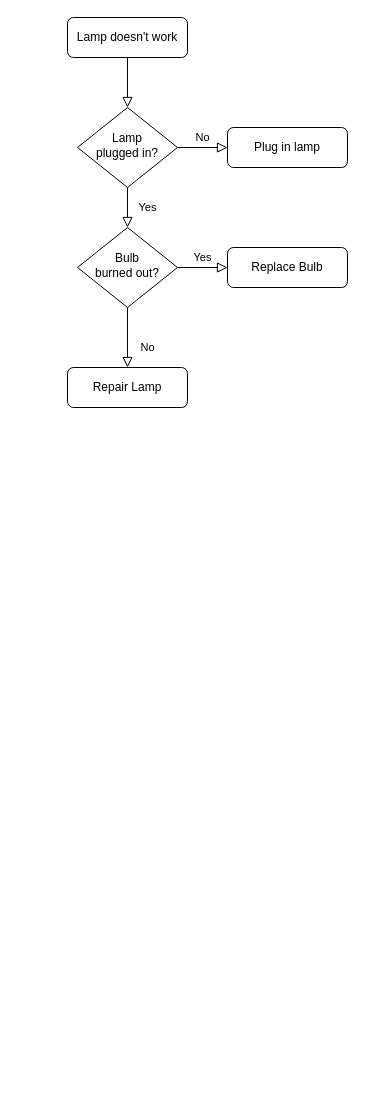
Before: 新短信发送流程图.drawio in akun87/activity, a draw.io diagram. Source tidied: cells renumbered, new cells numbered last; positions are measured from the earlier drawing's top-left corner, leaving out a move shared by most shapes. Both pictures are drawn from the tidied source at 100%, with x=0, y=0 at pixel (67, 17).
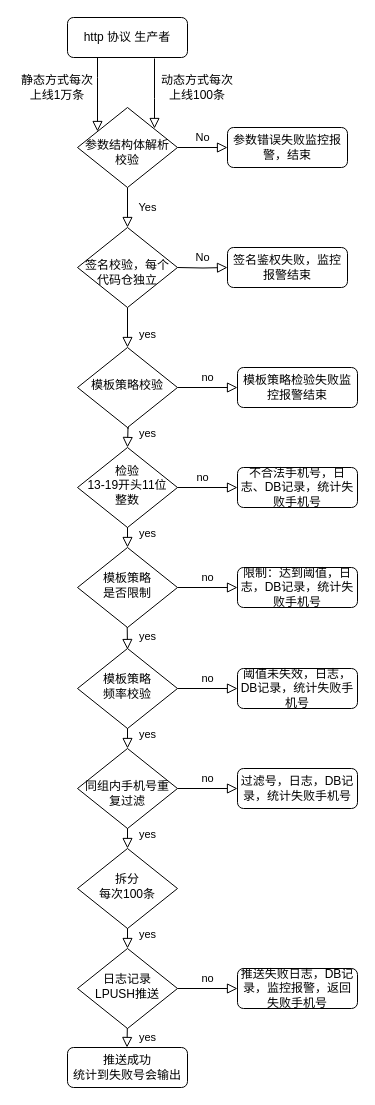
The same page after the edit.

Commit message:
更新新短信发送流程图.drawio

Diff of the diagram source:
```diff
@@
     <mxCell id="2" style="rounded=0;html=1;jettySize=auto;fontSize=11;endArrow=block;endFill=0;endSize=8;strokeWidth=1;shadow=0;labelBackgroundColor=none;edgeStyle=orthogonalEdgeStyle;" parent="1" edge="1" source="3" target="6">
-      <mxGeometry relative="1" as="geometry" />
+      <mxGeometry relative="1" as="geometry">
+        <Array as="points">
+          <mxPoint x="30" y="60" />
+          <mxPoint x="30" y="60" />
+        </Array>
+      </mxGeometry>
     </mxCell>
-    <mxCell id="3" value="Lamp doesn't work" style="rounded=1;whiteSpace=wrap;html=1;fontSize=12;glass=0;strokeWidth=1;shadow=0;" parent="1" vertex="1">
+    <mxCell id="3" value="http 协议 生产者" style="rounded=1;whiteSpace=wrap;html=1;fontSize=12;glass=0;strokeWidth=1;shadow=0;" parent="1" vertex="1">
       <mxGeometry width="120" height="40" as="geometry" />
     </mxCell>
@@
-    <mxCell id="6" value="Lamp&lt;br&gt;plugged in?" style="rhombus;whiteSpace=wrap;html=1;shadow=0;fontFamily=Helvetica;fontSize=12;align=center;strokeWidth=1;spacing=6;spacingTop=-4;" parent="1" vertex="1">
+    <mxCell id="6" value="&lt;div&gt;&lt;br&gt;&lt;/div&gt;&lt;div&gt;参数结构体解析校验&lt;/div&gt;" style="rhombus;whiteSpace=wrap;html=1;shadow=0;fontFamily=Helvetica;fontSize=12;align=center;strokeWidth=1;spacing=6;spacingTop=-4;" parent="1" vertex="1">
       <mxGeometry x="10" y="90" width="100" height="80" as="geometry" />
     </mxCell>
-    <mxCell id="7" value="Plug in lamp" style="rounded=1;whiteSpace=wrap;html=1;fontSize=12;glass=0;strokeWidth=1;shadow=0;" parent="1" vertex="1">
+    <mxCell id="7" value="参数错误失败监控报警，结束" style="rounded=1;whiteSpace=wrap;html=1;fontSize=12;glass=0;strokeWidth=1;shadow=0;" parent="1" vertex="1">
       <mxGeometry x="160" y="110" width="120" height="40" as="geometry" />
     </mxCell>
-    <mxCell id="8" value="No" style="rounded=0;html=1;jettySize=auto;fontSize=11;endArrow=block;endFill=0;endSize=8;strokeWidth=1;shadow=0;labelBackgroundColor=none;edgeStyle=orthogonalEdgeStyle;" parent="1" edge="1" source="10" target="11">
+    <mxCell id="8" value="yes" style="rounded=0;html=1;jettySize=auto;fontSize=11;endArrow=block;endFill=0;endSize=8;strokeWidth=1;shadow=0;labelBackgroundColor=none;edgeStyle=orthogonalEdgeStyle;entryX=0.5;entryY=0;entryDx=0;entryDy=0;" parent="1" edge="1" source="10" target="31">
       <mxGeometry x="0.33" y="20" relative="1" as="geometry" />
     </mxCell>
-    <mxCell id="9" value="Yes" style="edgeStyle=orthogonalEdgeStyle;rounded=0;html=1;jettySize=auto;fontSize=11;endArrow=block;endFill=0;endSize=8;strokeWidth=1;shadow=0;labelBackgroundColor=none;" parent="1" edge="1" source="10" target="12">
+    <mxCell id="9" value="no" style="edgeStyle=orthogonalEdgeStyle;rounded=0;html=1;jettySize=auto;fontSize=11;endArrow=block;endFill=0;endSize=8;strokeWidth=1;shadow=0;labelBackgroundColor=none;exitX=1;exitY=0.5;exitDx=0;exitDy=0;" parent="1" edge="1" source="31" target="12">
       <mxGeometry y="10" relative="1" as="geometry" />
     </mxCell>
-    <mxCell id="10" value="Bulb&lt;br&gt;burned out?" style="rhombus;whiteSpace=wrap;html=1;shadow=0;fontFamily=Helvetica;fontSize=12;align=center;strokeWidth=1;spacing=6;spacingTop=-4;" parent="1" vertex="1">
+    <mxCell id="10" value="&lt;br&gt;&lt;div&gt;签名校验，每个代码仓独立&lt;/div&gt;" style="rhombus;whiteSpace=wrap;html=1;shadow=0;fontFamily=Helvetica;fontSize=12;align=center;strokeWidth=1;spacing=6;spacingTop=-4;" parent="1" vertex="1">
       <mxGeometry x="10" y="210" width="100" height="80" as="geometry" />
     </mxCell>
-    <mxCell id="11" value="Repair Lamp" style="rounded=1;whiteSpace=wrap;html=1;fontSize=12;glass=0;strokeWidth=1;shadow=0;" parent="1" vertex="1">
-      <mxGeometry y="350" width="120" height="40" as="geometry" />
-    </mxCell>
-    <mxCell id="12" value="Replace Bulb" style="rounded=1;whiteSpace=wrap;html=1;fontSize=12;glass=0;strokeWidth=1;shadow=0;" parent="1" vertex="1">
-      <mxGeometry x="160" y="230" width="120" height="40" as="geometry" />
+    <mxCell id="12" value="模板策略检验失败监控报警结束" style="rounded=1;whiteSpace=wrap;html=1;fontSize=12;glass=0;strokeWidth=1;shadow=0;" parent="1" vertex="1">
+      <mxGeometry x="170" y="350" width="120" height="40" as="geometry" />
     </mxCell>
+    <mxCell id="13" style="rounded=0;html=1;jettySize=auto;orthogonalLoop=1;fontSize=11;endArrow=block;endFill=0;endSize=8;strokeWidth=1;shadow=0;labelBackgroundColor=none;edgeStyle=orthogonalEdgeStyle;" parent="1" edge="1">
+      <mxGeometry relative="1" as="geometry">
+        <mxPoint x="87" y="41" as="sourcePoint" />
+        <mxPoint x="87" y="111" as="targetPoint" />
+        <Array as="points">
+          <mxPoint x="87" y="81" />
+          <mxPoint x="87" y="81" />
+        </Array>
+      </mxGeometry>
+    </mxCell>
+    <mxCell id="14" value="&lt;div&gt;静态方式每次上线1万条&lt;/div&gt;" style="text;html=1;strokeColor=none;fillColor=none;align=center;verticalAlign=middle;whiteSpace=wrap;rounded=0;" parent="1" vertex="1">
+      <mxGeometry x="-50" y="60" width="80" height="20" as="geometry" />
+    </mxCell>
+    <mxCell id="15" value="动态方式每次上线100条" style="text;html=1;strokeColor=none;fillColor=none;align=center;verticalAlign=middle;whiteSpace=wrap;rounded=0;" parent="1" vertex="1">
+      <mxGeometry x="90" y="60" width="80" height="20" as="geometry" />
+    </mxCell>
+    <mxCell id="16" value="No" style="edgeStyle=orthogonalEdgeStyle;rounded=0;html=1;jettySize=auto;fontSize=11;endArrow=block;endFill=0;endSize=8;strokeWidth=1;shadow=0;labelBackgroundColor=none;" parent="1" edge="1" target="17">
+      <mxGeometry y="10" relative="1" as="geometry">
+        <mxPoint x="110" y="250" as="sourcePoint" />
+      </mxGeometry>
+    </mxCell>
+    <mxCell id="17" value="签名鉴权失败，监控报警结束" style="rounded=1;whiteSpace=wrap;html=1;fontSize=12;glass=0;strokeWidth=1;shadow=0;" parent="1" vertex="1">
+      <mxGeometry x="160" y="230" width="120" height="40" as="geometry" />
+    </mxCell>
+    <mxCell id="18" value="yes" style="rounded=0;html=1;jettySize=auto;orthogonalLoop=1;fontSize=11;endArrow=block;endFill=0;endSize=8;strokeWidth=1;shadow=0;labelBackgroundColor=none;edgeStyle=orthogonalEdgeStyle;" parent="1" edge="1">
+      <mxGeometry x="0.33" y="20" relative="1" as="geometry">
+        <mxPoint x="60" y="390" as="sourcePoint" />
+        <mxPoint x="60" y="430" as="targetPoint" />
+      </mxGeometry>
+    </mxCell>
+    <mxCell id="19" value="no" style="edgeStyle=orthogonalEdgeStyle;rounded=0;html=1;jettySize=auto;fontSize=11;endArrow=block;endFill=0;endSize=8;strokeWidth=1;shadow=0;labelBackgroundColor=none;" parent="1" edge="1" target="20">
+      <mxGeometry y="10" relative="1" as="geometry">
+        <mxPoint x="120" y="470" as="sourcePoint" />
+        <Array as="points">
+          <mxPoint x="110" y="470" />
+          <mxPoint x="110" y="470" />
+        </Array>
+      </mxGeometry>
+    </mxCell>
+    <mxCell id="20" value="不合法手机号，日志、DB记录，统计失败手机号" style="rounded=1;whiteSpace=wrap;html=1;fontSize=12;glass=0;strokeWidth=1;shadow=0;" parent="1" vertex="1">
+      <mxGeometry x="170" y="450" width="120" height="40" as="geometry" />
+    </mxCell>
+    <mxCell id="21" value="no" style="edgeStyle=orthogonalEdgeStyle;rounded=0;html=1;jettySize=auto;fontSize=11;endArrow=block;endFill=0;endSize=8;strokeWidth=1;shadow=0;labelBackgroundColor=none;exitX=1;exitY=0.5;exitDx=0;exitDy=0;" parent="1" edge="1" source="36" target="22">
+      <mxGeometry y="10" relative="1" as="geometry" />
+    </mxCell>
+    <mxCell id="22" value="限制：达到阈值，日志，DB记录，统计失败手机号" style="rounded=1;whiteSpace=wrap;html=1;fontSize=12;glass=0;strokeWidth=1;shadow=0;" parent="1" vertex="1">
+      <mxGeometry x="170" y="550" width="120" height="40" as="geometry" />
+    </mxCell>
+    <mxCell id="23" value="yes" style="rounded=0;html=1;jettySize=auto;fontSize=11;endArrow=block;endFill=0;endSize=8;strokeWidth=1;shadow=0;labelBackgroundColor=none;edgeStyle=orthogonalEdgeStyle;entryX=0.5;entryY=0;entryDx=0;entryDy=0;" parent="1" edge="1" target="36">
+      <mxGeometry x="0.33" y="20" relative="1" as="geometry">
+        <mxPoint x="59.5" y="490" as="sourcePoint" />
+      </mxGeometry>
+    </mxCell>
+    <mxCell id="24" value="no" style="edgeStyle=orthogonalEdgeStyle;rounded=0;html=1;jettySize=auto;fontSize=11;endArrow=block;endFill=0;endSize=8;strokeWidth=1;shadow=0;labelBackgroundColor=none;exitX=1;exitY=0.5;exitDx=0;exitDy=0;" parent="1" edge="1" source="37" target="25">
+      <mxGeometry y="10" relative="1" as="geometry" />
+    </mxCell>
+    <mxCell id="25" value="阈值未失效，日志，DB记录，统计失败手机号" style="rounded=1;whiteSpace=wrap;html=1;fontSize=12;glass=0;strokeWidth=1;shadow=0;" parent="1" vertex="1">
+      <mxGeometry x="170" y="651" width="120" height="40" as="geometry" />
+    </mxCell>
+    <mxCell id="26" value="yes" style="rounded=0;html=1;jettySize=auto;orthogonalLoop=1;fontSize=11;endArrow=block;endFill=0;endSize=8;strokeWidth=1;shadow=0;labelBackgroundColor=none;edgeStyle=orthogonalEdgeStyle;" parent="1" edge="1">
+      <mxGeometry x="0.33" y="20" relative="1" as="geometry">
+        <mxPoint x="59.5" y="593" as="sourcePoint" />
+        <mxPoint x="60" y="632" as="targetPoint" />
+      </mxGeometry>
+    </mxCell>
+    <mxCell id="27" value="no" style="edgeStyle=orthogonalEdgeStyle;rounded=0;html=1;jettySize=auto;fontSize=11;endArrow=block;endFill=0;endSize=8;strokeWidth=1;shadow=0;labelBackgroundColor=none;exitX=1;exitY=0.5;exitDx=0;exitDy=0;" parent="1" edge="1" source="38" target="28">
+      <mxGeometry y="10" relative="1" as="geometry" />
+    </mxCell>
+    <mxCell id="28" value="过滤号，日志，DB记录，统计失败手机号" style="rounded=1;whiteSpace=wrap;html=1;fontSize=12;glass=0;strokeWidth=1;shadow=0;" parent="1" vertex="1">
+      <mxGeometry x="170" y="751" width="120" height="40" as="geometry" />
+    </mxCell>
+    <mxCell id="29" value="yes" style="rounded=0;html=1;jettySize=auto;fontSize=11;endArrow=block;endFill=0;endSize=8;strokeWidth=1;shadow=0;labelBackgroundColor=none;edgeStyle=orthogonalEdgeStyle;entryX=0.5;entryY=0;entryDx=0;entryDy=0;" parent="1" edge="1" target="38">
+      <mxGeometry x="0.33" y="20" relative="1" as="geometry">
+        <mxPoint x="59.5" y="691" as="sourcePoint" />
+      </mxGeometry>
+    </mxCell>
+    <mxCell id="30" value="yes" style="rounded=0;html=1;jettySize=auto;fontSize=11;endArrow=block;endFill=0;endSize=8;strokeWidth=1;shadow=0;labelBackgroundColor=none;edgeStyle=orthogonalEdgeStyle;entryX=0.5;entryY=0;entryDx=0;entryDy=0;" parent="1" edge="1" target="39">
+      <mxGeometry x="0.33" y="20" relative="1" as="geometry">
+        <mxPoint x="59.5" y="791" as="sourcePoint" />
+      </mxGeometry>
+    </mxCell>
+    <mxCell id="31" value="模板策略校验" style="rhombus;whiteSpace=wrap;html=1;shadow=0;fontFamily=Helvetica;fontSize=12;align=center;strokeWidth=1;spacing=6;spacingTop=-4;" parent="1" vertex="1">
+      <mxGeometry x="10" y="330" width="100" height="80" as="geometry" />
+    </mxCell>
+    <mxCell id="32" value="no" style="edgeStyle=orthogonalEdgeStyle;rounded=0;html=1;jettySize=auto;fontSize=11;endArrow=block;endFill=0;endSize=8;strokeWidth=1;shadow=0;labelBackgroundColor=none;exitX=1;exitY=0.5;exitDx=0;exitDy=0;" parent="1" edge="1" source="42" target="33">
+      <mxGeometry y="10" relative="1" as="geometry" />
+    </mxCell>
+    <mxCell id="33" value="推送失败日志，DB记录，监控报警，返回失败手机号" style="rounded=1;whiteSpace=wrap;html=1;fontSize=12;glass=0;strokeWidth=1;shadow=0;" parent="1" vertex="1">
+      <mxGeometry x="170" y="951" width="120" height="40" as="geometry" />
+    </mxCell>
+    <mxCell id="34" value="yes" style="rounded=0;html=1;jettySize=auto;fontSize=11;endArrow=block;endFill=0;endSize=8;strokeWidth=1;shadow=0;labelBackgroundColor=none;edgeStyle=orthogonalEdgeStyle;entryX=0.5;entryY=0;entryDx=0;entryDy=0;" parent="1" edge="1" target="42">
+      <mxGeometry x="0.33" y="20" relative="1" as="geometry">
+        <mxPoint x="59.5" y="891" as="sourcePoint" />
+      </mxGeometry>
+    </mxCell>
+    <mxCell id="35" value="&lt;div&gt;检验&lt;/div&gt;&lt;div&gt;13-19开头11位整数&lt;br&gt;&lt;/div&gt;" style="rhombus;whiteSpace=wrap;html=1;shadow=0;fontFamily=Helvetica;fontSize=12;align=center;strokeWidth=1;spacing=6;spacingTop=-4;" parent="1" vertex="1">
+      <mxGeometry x="10" y="430" width="100" height="80" as="geometry" />
+    </mxCell>
+    <mxCell id="36" value="&lt;div&gt;模板策略&lt;/div&gt;&lt;div&gt;是否限制&lt;/div&gt;" style="rhombus;whiteSpace=wrap;html=1;shadow=0;fontFamily=Helvetica;fontSize=12;align=center;strokeWidth=1;spacing=6;spacingTop=-4;" parent="1" vertex="1">
+      <mxGeometry x="10" y="530" width="100" height="80" as="geometry" />
+    </mxCell>
+    <mxCell id="37" value="&lt;div&gt;模板策略&lt;/div&gt;&lt;div&gt;频率校验&lt;/div&gt;" style="rhombus;whiteSpace=wrap;html=1;shadow=0;fontFamily=Helvetica;fontSize=12;align=center;strokeWidth=1;spacing=6;spacingTop=-4;" parent="1" vertex="1">
+      <mxGeometry x="10" y="631" width="100" height="80" as="geometry" />
+    </mxCell>
+    <mxCell id="38" value="&lt;br&gt;&lt;div&gt;同组内手机号重复过滤&lt;/div&gt;" style="rhombus;whiteSpace=wrap;html=1;shadow=0;fontFamily=Helvetica;fontSize=12;align=center;strokeWidth=1;spacing=6;spacingTop=-4;" parent="1" vertex="1">
+      <mxGeometry x="10" y="731" width="100" height="80" as="geometry" />
+    </mxCell>
+    <mxCell id="39" value="&lt;div&gt;拆分&lt;/div&gt;&lt;div&gt;每次100条&lt;br&gt;&lt;/div&gt;" style="rhombus;whiteSpace=wrap;html=1;shadow=0;fontFamily=Helvetica;fontSize=12;align=center;strokeWidth=1;spacing=6;spacingTop=-4;" parent="1" vertex="1">
+      <mxGeometry x="10" y="831" width="100" height="80" as="geometry" />
+    </mxCell>
+    <mxCell id="40" value="&lt;div&gt;推送成功&lt;/div&gt;&lt;div&gt;统计到失败号会输出&lt;/div&gt;" style="rounded=1;whiteSpace=wrap;html=1;fontSize=12;glass=0;strokeWidth=1;shadow=0;" parent="1" vertex="1">
+      <mxGeometry y="1030" width="120" height="40" as="geometry" />
+    </mxCell>
+    <mxCell id="41" value="yes" style="rounded=0;html=1;jettySize=auto;orthogonalLoop=1;fontSize=11;endArrow=block;endFill=0;endSize=8;strokeWidth=1;shadow=0;labelBackgroundColor=none;edgeStyle=orthogonalEdgeStyle;" parent="1" edge="1">
+      <mxGeometry x="0.33" y="20" relative="1" as="geometry">
+        <mxPoint x="60" y="1000" as="sourcePoint" />
+        <mxPoint x="59.5" y="1030" as="targetPoint" />
+      </mxGeometry>
+    </mxCell>
+    <mxCell id="42" value="&lt;div&gt;日志记录&lt;/div&gt;&lt;div&gt;LPUSH推送&lt;br&gt;&lt;/div&gt;" style="rhombus;whiteSpace=wrap;html=1;shadow=0;fontFamily=Helvetica;fontSize=12;align=center;strokeWidth=1;spacing=6;spacingTop=-4;" parent="1" vertex="1">
+      <mxGeometry x="10" y="931" width="100" height="80" as="geometry" />
+    </mxCell>
```
